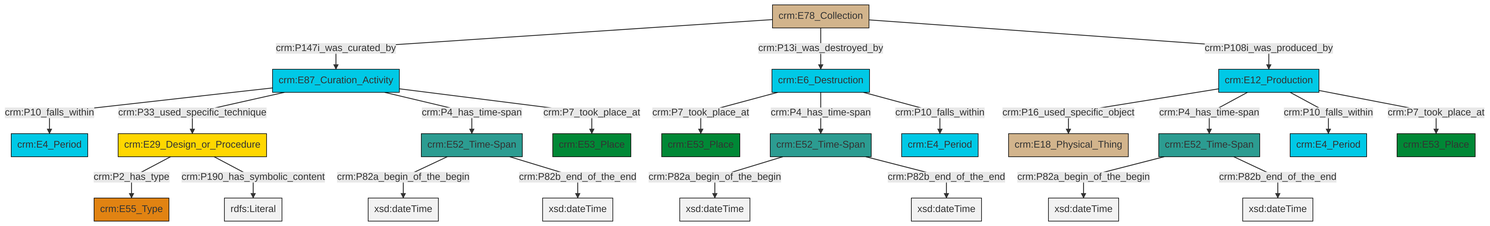
Above: et/archivalCSV/ttl/mmd/png/archival_existence.png in swiss-art-research-net/docs.swissartresearch (Mermaid), before the change. Its source is kept beside it as et/archivalCSV/ttl/mmd/archival_existence.ttl.mmd.
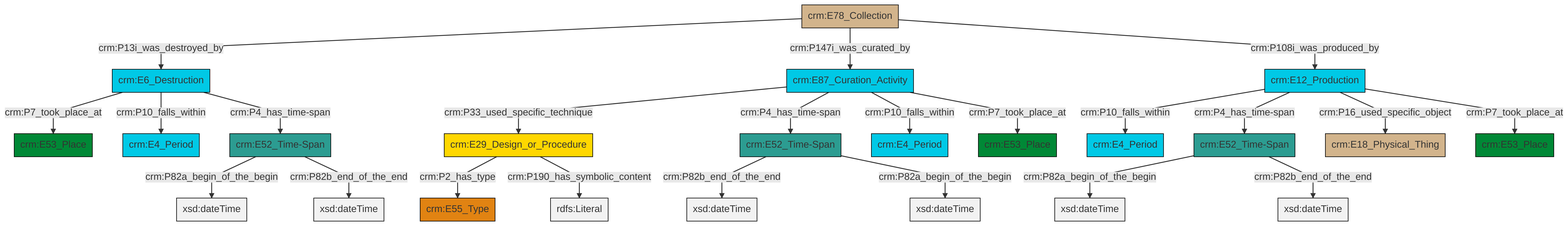
Later version of the same file.

The edit, as a diff of the source:
```diff
@@ -13,25 +13,25 @@
 classDef PC_Classes fill:#4ce600, stroke:#000000;
 classDef Multi fill:#cccccc,stroke:#000000;
 
-2["crm:E6_Destruction"]:::Temporal_Entity -->|crm:P7_took_place_at| 3["crm:E53_Place"]:::Place
-8["crm:E87_Curation_Activity"]:::Temporal_Entity -->|crm:P10_falls_within| 9["crm:E4_Period"]:::Temporal_Entity
-6["crm:E52_Time-Span"]:::Time-Span -->|crm:P82a_begin_of_the_begin| 10[xsd:dateTime]:::Literal
-11["crm:E78_Collection"]:::Physical_Thing -->|crm:P147i_was_curated_by| 8["crm:E87_Curation_Activity"]:::Temporal_Entity
-12["crm:E12_Production"]:::Temporal_Entity -->|crm:P16_used_specific_object| 13["crm:E18_Physical_Thing"]:::Physical_Thing
-8["crm:E87_Curation_Activity"]:::Temporal_Entity -->|crm:P33_used_specific_technique| 16["crm:E29_Design_or_Procedure"]:::Conceptual_Object
-12["crm:E12_Production"]:::Temporal_Entity -->|crm:P4_has_time-span| 17["crm:E52_Time-Span"]:::Time-Span
-8["crm:E87_Curation_Activity"]:::Temporal_Entity -->|crm:P4_has_time-span| 6["crm:E52_Time-Span"]:::Time-Span
-21["crm:E52_Time-Span"]:::Time-Span -->|crm:P82a_begin_of_the_begin| 22[xsd:dateTime]:::Literal
-16["crm:E29_Design_or_Procedure"]:::Conceptual_Object -->|crm:P2_has_type| 26["crm:E55_Type"]:::Type
-21["crm:E52_Time-Span"]:::Time-Span -->|crm:P82b_end_of_the_end| 27[xsd:dateTime]:::Literal
-17["crm:E52_Time-Span"]:::Time-Span -->|crm:P82a_begin_of_the_begin| 30[xsd:dateTime]:::Literal
-6["crm:E52_Time-Span"]:::Time-Span -->|crm:P82b_end_of_the_end| 32[xsd:dateTime]:::Literal
-17["crm:E52_Time-Span"]:::Time-Span -->|crm:P82b_end_of_the_end| 33[xsd:dateTime]:::Literal
-8["crm:E87_Curation_Activity"]:::Temporal_Entity -->|crm:P7_took_place_at| 0["crm:E53_Place"]:::Place
-12["crm:E12_Production"]:::Temporal_Entity -->|crm:P10_falls_within| 4["crm:E4_Period"]:::Temporal_Entity
-12["crm:E12_Production"]:::Temporal_Entity -->|crm:P7_took_place_at| 19["crm:E53_Place"]:::Place
-2["crm:E6_Destruction"]:::Temporal_Entity -->|crm:P4_has_time-span| 21["crm:E52_Time-Span"]:::Time-Span
-11["crm:E78_Collection"]:::Physical_Thing -->|crm:P13i_was_destroyed_by| 2["crm:E6_Destruction"]:::Temporal_Entity
-2["crm:E6_Destruction"]:::Temporal_Entity -->|crm:P10_falls_within| 36["crm:E4_Period"]:::Temporal_Entity
-11["crm:E78_Collection"]:::Physical_Thing -->|crm:P108i_was_produced_by| 12["crm:E12_Production"]:::Temporal_Entity
-16["crm:E29_Design_or_Procedure"]:::Conceptual_Object -->|crm:P190_has_symbolic_content| 38[rdfs:Literal]:::Literal
+2["crm:E12_Production"]:::Temporal_Entity -->|crm:P10_falls_within| 3["crm:E4_Period"]:::Temporal_Entity
+4["crm:E52_Time-Span"]:::Time-Span -->|crm:P82a_begin_of_the_begin| 5[xsd:dateTime]:::Literal
+2["crm:E12_Production"]:::Temporal_Entity -->|crm:P4_has_time-span| 4["crm:E52_Time-Span"]:::Time-Span
+2["crm:E12_Production"]:::Temporal_Entity -->|crm:P16_used_specific_object| 6["crm:E18_Physical_Thing"]:::Physical_Thing
+9["crm:E6_Destruction"]:::Temporal_Entity -->|crm:P7_took_place_at| 7["crm:E53_Place"]:::Place
+10["crm:E52_Time-Span"]:::Time-Span -->|crm:P82b_end_of_the_end| 11[xsd:dateTime]:::Literal
+9["crm:E6_Destruction"]:::Temporal_Entity -->|crm:P10_falls_within| 14["crm:E4_Period"]:::Temporal_Entity
+9["crm:E6_Destruction"]:::Temporal_Entity -->|crm:P4_has_time-span| 15["crm:E52_Time-Span"]:::Time-Span
+16["crm:E87_Curation_Activity"]:::Temporal_Entity -->|crm:P33_used_specific_technique| 17["crm:E29_Design_or_Procedure"]:::Conceptual_Object
+20["crm:E78_Collection"]:::Physical_Thing -->|crm:P13i_was_destroyed_by| 9["crm:E6_Destruction"]:::Temporal_Entity
+10["crm:E52_Time-Span"]:::Time-Span -->|crm:P82a_begin_of_the_begin| 24[xsd:dateTime]:::Literal
+2["crm:E12_Production"]:::Temporal_Entity -->|crm:P7_took_place_at| 25["crm:E53_Place"]:::Place
+20["crm:E78_Collection"]:::Physical_Thing -->|crm:P147i_was_curated_by| 16["crm:E87_Curation_Activity"]:::Temporal_Entity
+16["crm:E87_Curation_Activity"]:::Temporal_Entity -->|crm:P4_has_time-span| 10["crm:E52_Time-Span"]:::Time-Span
+15["crm:E52_Time-Span"]:::Time-Span -->|crm:P82a_begin_of_the_begin| 29[xsd:dateTime]:::Literal
+16["crm:E87_Curation_Activity"]:::Temporal_Entity -->|crm:P10_falls_within| 0["crm:E4_Period"]:::Temporal_Entity
+4["crm:E52_Time-Span"]:::Time-Span -->|crm:P82b_end_of_the_end| 30[xsd:dateTime]:::Literal
+16["crm:E87_Curation_Activity"]:::Temporal_Entity -->|crm:P7_took_place_at| 12["crm:E53_Place"]:::Place
+17["crm:E29_Design_or_Procedure"]:::Conceptual_Object -->|crm:P2_has_type| 18["crm:E55_Type"]:::Type
+20["crm:E78_Collection"]:::Physical_Thing -->|crm:P108i_was_produced_by| 2["crm:E12_Production"]:::Temporal_Entity
+15["crm:E52_Time-Span"]:::Time-Span -->|crm:P82b_end_of_the_end| 36[xsd:dateTime]:::Literal
+17["crm:E29_Design_or_Procedure"]:::Conceptual_Object -->|crm:P190_has_symbolic_content| 37[rdfs:Literal]:::Literal
```
